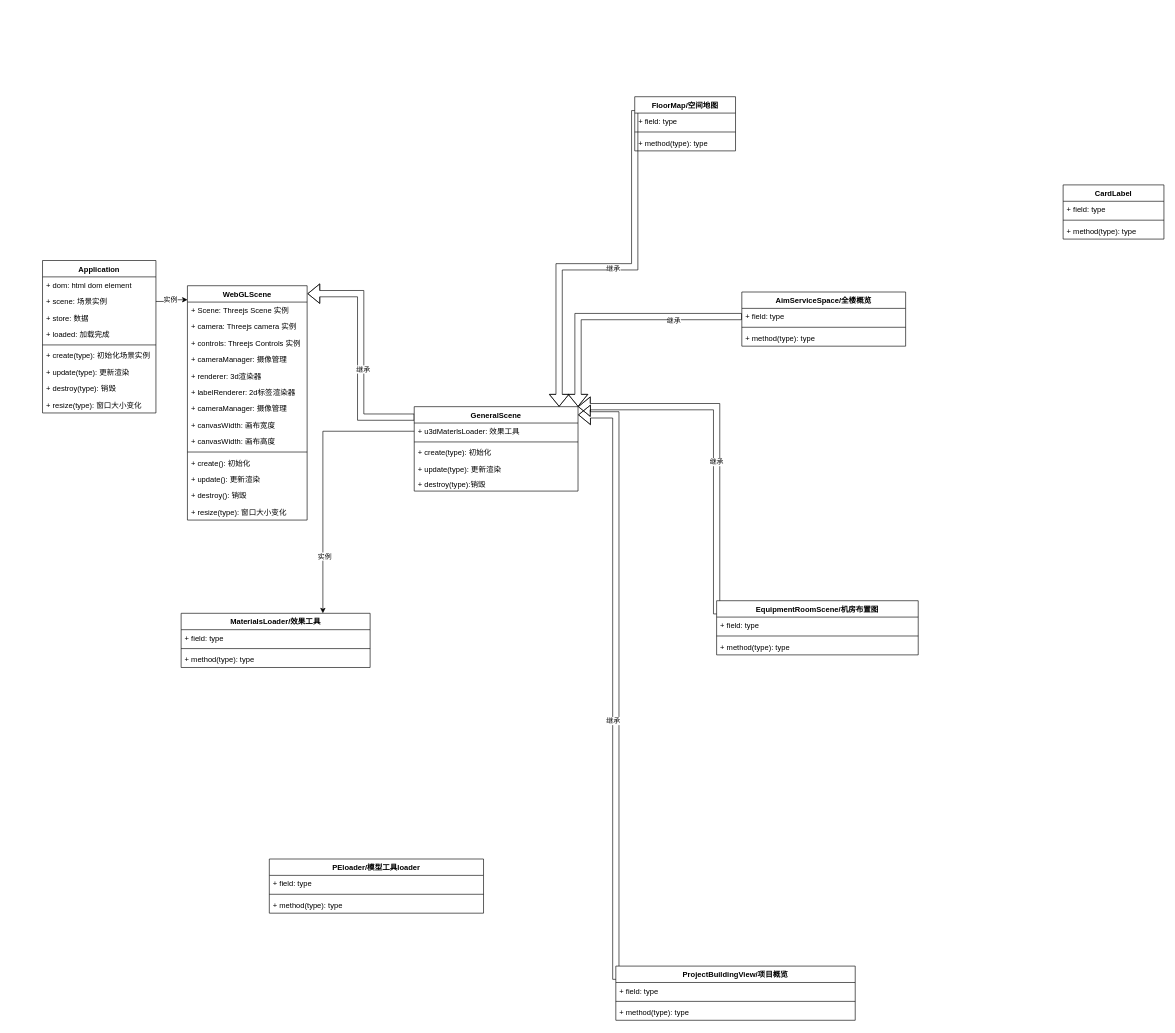
Before: APM3d-Diagram.drawio in hiotk/umldiagrams, a draw.io diagram. Source tidied: cells renumbered, new cells numbered last; positions are measured from the earlier drawing's top-left corner, leaving out a move shared by most shapes. Both pictures are drawn from the tidied source at 63%, with x=0, y=0 at pixel (42, 96).
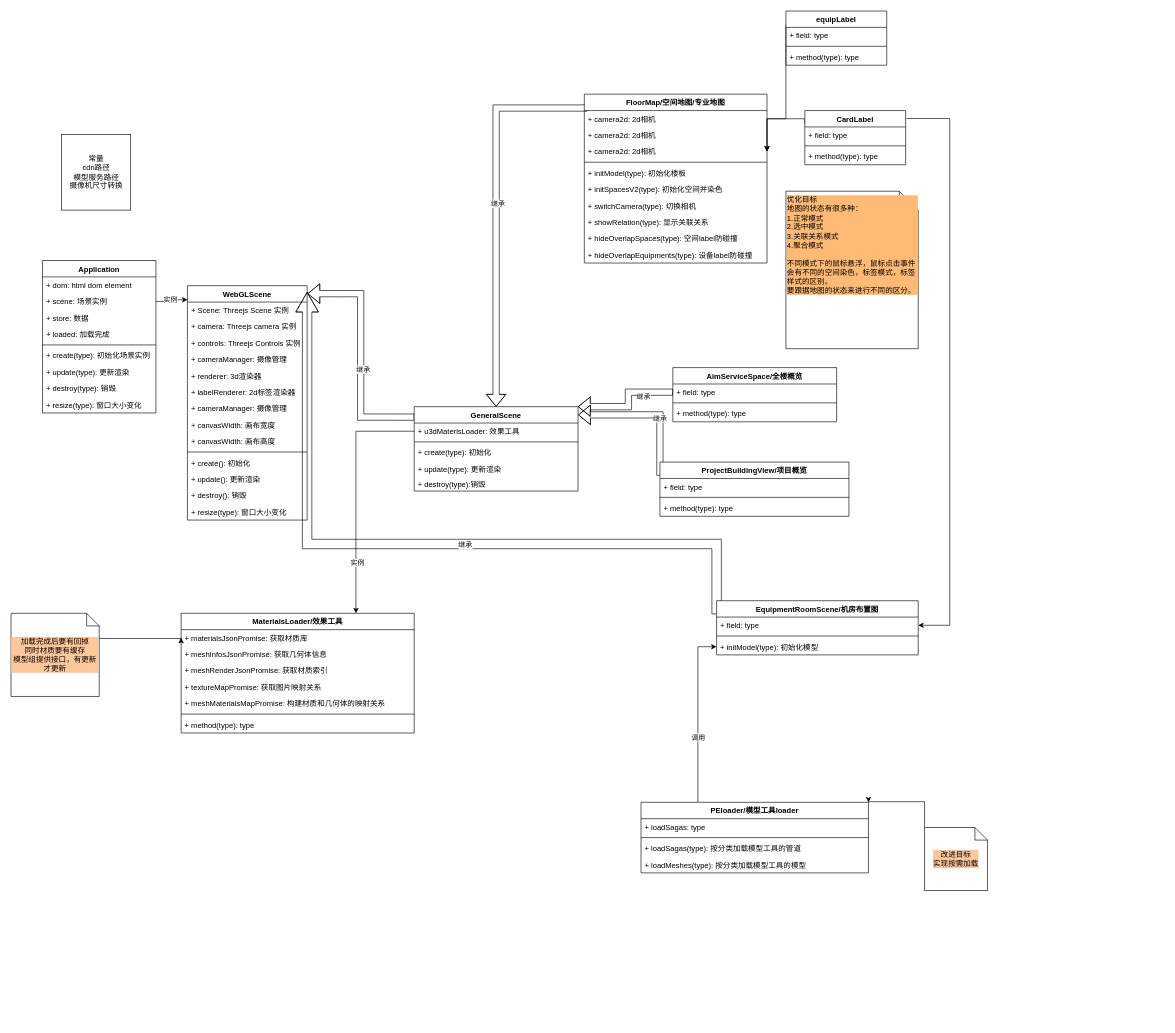
Above is the later version.

The change refers to these unchanged cells:
```xml
<mxCell id="31" value="GeneralScene" style="swimlane;fontStyle=1;align=center;verticalAlign=top;horizontal=1;startSize=26;" parent="1" vertex="1">
  <mxGeometry x="590" y="492" width="260" height="134" as="geometry" />
</mxCell>
<mxCell id="44" value="+ field: type" style="text;strokeColor=none;fillColor=none;align=left;verticalAlign=top;spacingLeft=4;spacingRight=4;overflow=hidden;points=[[0,0.5],[1,0.5]];portConstraint=eastwest;" parent="43" vertex="1">
  <mxGeometry y="26" width="260" height="26" as="geometry" />
</mxCell>
<mxCell id="49" value="EquipmentRoomScene/机房布置图" style="swimlane;fontStyle=1;align=center;verticalAlign=top;horizontal=1;startSize=26;" parent="1" vertex="1">
  <mxGeometry x="1070" y="800" width="320" height="86" as="geometry" />
</mxCell>
<mxCell id="50" value="+ field: type" style="text;strokeColor=none;fillColor=none;align=left;verticalAlign=top;spacingLeft=4;spacingRight=4;overflow=hidden;points=[[0,0.5],[1,0.5]];portConstraint=eastwest;" parent="49" vertex="1">
  <mxGeometry y="26" width="320" height="26" as="geometry" />
</mxCell>
```

What changed in the source:
```diff
@@
-    <mxCell id="37" style="edgeStyle=elbowEdgeStyle;shape=flexArrow;rounded=0;jettySize=auto;elbow=vertical;html=1;exitX=0;exitY=0.25;exitDx=0;exitDy=0;" parent="1" edge="1" source="39" target="31">
+    <mxCell id="37" style="edgeStyle=elbowEdgeStyle;shape=flexArrow;rounded=0;jettySize=auto;elbow=vertical;html=1;exitX=-0.002;exitY=0.061;exitDx=0;exitDy=0;exitPerimeter=0;" parent="1" edge="1" source="39" target="31">
       <mxGeometry relative="1" as="geometry">
         <Array as="points">
+          <mxPoint x="920" y="18" />
+          <mxPoint x="910" y="50" />
           <mxPoint x="820" y="270" />
           <mxPoint x="810" y="390" />
         </Array>
       </mxGeometry>
     </mxCell>
@@
-    <mxCell id="39" value="FloorMap/空间地图" style="swimlane;fontStyle=1;align=center;verticalAlign=top;horizontal=1;startSize=26;" parent="1" vertex="1">
-      <mxGeometry x="940" width="160" height="86" as="geometry" />
+    <mxCell id="39" value="FloorMap/空间地图/专业地图" style="swimlane;fontStyle=1;align=center;verticalAlign=top;horizontal=1;startSize=26;" parent="1" vertex="1">
+      <mxGeometry x="860" y="-4" width="290" height="268" as="geometry" />
     </mxCell>
+    <mxCell id="76" value="+ camera2d: 2d相机" style="text;strokeColor=none;fillColor=none;align=left;verticalAlign=top;spacingLeft=4;spacingRight=4;overflow=hidden;" parent="39" vertex="1">
+      <mxGeometry y="26" width="290" height="26" as="geometry" />
+    </mxCell>
+    <mxCell id="77" value="+ camera2d: 2d相机" style="text;strokeColor=none;fillColor=none;align=left;verticalAlign=top;spacingLeft=4;spacingRight=4;overflow=hidden;" parent="39" vertex="1">
+      <mxGeometry y="52" width="290" height="26" as="geometry" />
+    </mxCell>
-    <mxCell id="40" value="+ field: type" style="text;strokeColor=none;fillColor=none;align=left;verticalAlign=top;spacingLeft=4;spacingRight=4;overflow=hidden;points=[[0,0.5],[1,0.5]];portConstraint=eastwest;" parent="39" vertex="1">
-      <mxGeometry y="26" width="160" height="26" as="geometry" />
+    <mxCell id="40" value="+ camera2d: 2d相机" style="text;strokeColor=none;fillColor=none;align=left;verticalAlign=top;spacingLeft=4;spacingRight=4;overflow=hidden;points=[[0,0.5],[1,0.5]];portConstraint=eastwest;" parent="39" vertex="1">
+      <mxGeometry y="78" width="290" height="26" as="geometry" />
     </mxCell>
     <mxCell id="41" style="line;strokeWidth=1;fillColor=none;align=left;verticalAlign=middle;spacingTop=-1;spacingLeft=3;spacingRight=3;labelPosition=right;" parent="39" vertex="1">
-      <mxGeometry y="52" width="160" height="8" as="geometry" />
+      <mxGeometry y="104" width="290" height="8" as="geometry" />
     </mxCell>
-    <mxCell id="42" value="+ method(type): type" style="text;strokeColor=none;fillColor=none;align=left;verticalAlign=top;spacingLeft=4;spacingRight=4;overflow=hidden;" parent="39" vertex="1">
-      <mxGeometry y="60" width="160" height="26" as="geometry" />
+    <mxCell id="42" value="+ initModel(type): 初始化楼板" style="text;strokeColor=none;fillColor=none;align=left;verticalAlign=top;spacingLeft=4;spacingRight=4;overflow=hidden;" parent="39" vertex="1">
+      <mxGeometry y="112" width="290" height="26" as="geometry" />
     </mxCell>
+    <mxCell id="78" value="+ initSpacesV2(type): 初始化空间并染色" style="text;strokeColor=none;fillColor=none;align=left;verticalAlign=top;spacingLeft=4;spacingRight=4;overflow=hidden;" parent="39" vertex="1">
+      <mxGeometry y="138" width="290" height="26" as="geometry" />
+    </mxCell>
+    <mxCell id="79" value="+ switchCamera(type): 切换相机" style="text;strokeColor=none;fillColor=none;align=left;verticalAlign=top;spacingLeft=4;spacingRight=4;overflow=hidden;" parent="39" vertex="1">
+      <mxGeometry y="164" width="290" height="26" as="geometry" />
+    </mxCell>
+    <mxCell id="80" value="+ showRelation(type): 显示关联关系" style="text;strokeColor=none;fillColor=none;align=left;verticalAlign=top;spacingLeft=4;spacingRight=4;overflow=hidden;" parent="39" vertex="1">
+      <mxGeometry y="190" width="290" height="26" as="geometry" />
+    </mxCell>
+    <mxCell id="81" value="+ hideOverlapSpaces(type): 空间label防碰撞" style="text;strokeColor=none;fillColor=none;align=left;verticalAlign=top;spacingLeft=4;spacingRight=4;overflow=hidden;" parent="39" vertex="1">
+      <mxGeometry y="216" width="290" height="26" as="geometry" />
+    </mxCell>
+    <mxCell id="82" value="+ hideOverlapEquipments(type): 设备label防碰撞" style="text;strokeColor=none;fillColor=none;align=left;verticalAlign=top;spacingLeft=4;spacingRight=4;overflow=hidden;" parent="39" vertex="1">
+      <mxGeometry y="242" width="290" height="26" as="geometry" />
+    </mxCell>
     <mxCell id="43" value="AimServiceSpace/全楼概览" style="swimlane;fontStyle=1;align=center;verticalAlign=top;horizontal=1;startSize=26;" parent="1" vertex="1">
-      <mxGeometry x="1110" y="310" width="260" height="86" as="geometry" />
+      <mxGeometry x="1000.5" y="430" width="260" height="86" as="geometry" />
     </mxCell>
@@
-    <mxCell id="47" style="edgeStyle=elbowEdgeStyle;shape=flexArrow;rounded=0;jettySize=auto;elbow=vertical;html=1;exitX=0;exitY=0.25;exitDx=0;exitDy=0;entryX=1;entryY=0;entryDx=0;entryDy=0;" parent="1" edge="1" source="49" target="31">
+    <mxCell id="47" style="edgeStyle=elbowEdgeStyle;shape=flexArrow;rounded=0;jettySize=auto;elbow=vertical;html=1;exitX=0;exitY=0.25;exitDx=0;exitDy=0;width=15;endSize=10.0875;" parent="1" edge="1" source="49">
       <mxGeometry relative="1" as="geometry">
+        <mxPoint x="420" y="310" as="targetPoint" />
         <Array as="points">
-          <mxPoint x="880" y="492" />
+          <mxPoint x="500" y="710" />
+          <mxPoint x="450" y="320" />
+          <mxPoint x="580" y="690" />
+          <mxPoint x="1030" y="690" />
+          <mxPoint x="980" y="570" />
+          <mxPoint x="950" y="340" />
+          <mxPoint x="670" y="310" />
+          <mxPoint x="790" y="310" />
           <mxPoint x="960" y="492" />
           <mxPoint x="860" y="492" />
           <mxPoint x="830" y="559" />
           <mxPoint x="910" y="820" />
           <mxPoint x="910" y="620" />
           <mxPoint x="970" y="492" />
           <mxPoint x="960" y="492" />
           <mxPoint x="800" y="520" />
           <mxPoint x="780" y="540" />
           <mxPoint x="820" y="840" />
         </Array>
       </mxGeometry>
     </mxCell>
@@
-    <mxCell id="52" value="+ method(type): type" style="text;strokeColor=none;fillColor=none;align=left;verticalAlign=top;spacingLeft=4;spacingRight=4;overflow=hidden;points=[[0,0.5],[1,0.5]];portConstraint=eastwest;" parent="49" vertex="1">
+    <mxCell id="52" value="+ initModel(type): 初始化模型" style="text;strokeColor=none;fillColor=none;align=left;verticalAlign=top;spacingLeft=4;spacingRight=4;overflow=hidden;points=[[0,0.5],[1,0.5]];portConstraint=eastwest;" parent="49" vertex="1">
       <mxGeometry y="60" width="320" height="26" as="geometry" />
     </mxCell>
     <mxCell id="53" style="edgeStyle=elbowEdgeStyle;shape=flexArrow;rounded=0;jettySize=auto;elbow=vertical;html=1;exitX=0;exitY=0.25;exitDx=0;exitDy=0;entryX=1.001;entryY=0.095;entryDx=0;entryDy=0;entryPerimeter=0;" parent="1" edge="1" source="55" target="31">
       <mxGeometry relative="1" as="geometry">
         <Array as="points">
+          <mxPoint x="980" y="505" />
+          <mxPoint x="920" y="505" />
+          <mxPoint x="1030" y="570" />
+          <mxPoint x="770" y="990" />
+          <mxPoint x="720" y="1310" />
           <mxPoint x="880" y="505" />
           <mxPoint x="890" y="500" />
           <mxPoint x="860" y="490" />
           <mxPoint x="780" y="510" />
           <mxPoint x="770" y="510" />
           <mxPoint x="800" y="590" />
           <mxPoint x="790" y="640" />
           <mxPoint x="780" y="1402" />
         </Array>
       </mxGeometry>
     </mxCell>
@@
     <mxCell id="55" value="ProjectBuildingView/项目概览" style="swimlane;fontStyle=1;align=center;verticalAlign=top;horizontal=1;startSize=26;" parent="1" vertex="1">
-      <mxGeometry x="910" y="1380" width="380" height="86" as="geometry" />
+      <mxGeometry x="980" y="580" width="300" height="86" as="geometry" />
     </mxCell>
     <mxCell id="56" value="+ field: type" style="text;strokeColor=none;fillColor=none;align=left;verticalAlign=top;spacingLeft=4;spacingRight=4;overflow=hidden;" parent="55" vertex="1">
-      <mxGeometry y="26" width="380" height="26" as="geometry" />
+      <mxGeometry y="26" width="300" height="26" as="geometry" />
     </mxCell>
     <mxCell id="57" style="line;strokeWidth=1;fillColor=none;align=left;verticalAlign=middle;spacingTop=-1;spacingLeft=3;spacingRight=3;labelPosition=right;" parent="55" vertex="1">
-      <mxGeometry y="52" width="380" height="8" as="geometry" />
+      <mxGeometry y="52" width="300" height="8" as="geometry" />
     </mxCell>
     <mxCell id="58" value="+ method(type): type" style="text;strokeColor=none;fillColor=none;align=left;verticalAlign=top;spacingLeft=4;spacingRight=4;overflow=hidden;" parent="55" vertex="1">
-      <mxGeometry y="60" width="380" height="26" as="geometry" />
+      <mxGeometry y="60" width="300" height="26" as="geometry" />
     </mxCell>
@@
     <mxCell id="60" style="edgeStyle=elbowEdgeStyle;shape=flexArrow;rounded=0;jettySize=auto;elbow=horizontal;html=1;exitX=0;exitY=0.5;exitDx=0;exitDy=0;entryX=1;entryY=0;entryDx=0;entryDy=0;" parent="1" edge="1" source="44" target="31">
       <mxGeometry relative="1" as="geometry">
         <Array as="points">
+          <mxPoint x="930" y="492" />
           <mxPoint x="850" y="500" />
           <mxPoint x="910" y="490" />
           <mxPoint x="780" y="500" />
         </Array>
       </mxGeometry>
     </mxCell>
@@
     <mxCell id="62" value="MaterialsLoader/效果工具" style="swimlane;fontStyle=1;align=center;verticalAlign=top;horizontal=1;startSize=26;" parent="1" vertex="1">
-      <mxGeometry x="220" y="820" width="300" height="86" as="geometry" />
+      <mxGeometry x="220" y="820" width="370" height="190" as="geometry" />
     </mxCell>
-    <mxCell id="63" value="+ field: type" style="text;strokeColor=none;fillColor=none;align=left;verticalAlign=top;spacingLeft=4;spacingRight=4;overflow=hidden;points=[[0,0.5],[1,0.5]];portConstraint=eastwest;" parent="62" vertex="1">
-      <mxGeometry y="26" width="300" height="26" as="geometry" />
+    <mxCell id="63" value="+ materialsJsonPromise: 获取材质库" style="text;strokeColor=none;fillColor=none;align=left;verticalAlign=top;spacingLeft=4;spacingRight=4;overflow=hidden;points=[[0,0.5],[1,0.5]];portConstraint=eastwest;" parent="62" vertex="1">
+      <mxGeometry y="26" width="370" height="26" as="geometry" />
     </mxCell>
+    <mxCell id="83" value="+ meshInfosJsonPromise: 获取几何体信息" style="text;strokeColor=none;fillColor=none;align=left;verticalAlign=top;spacingLeft=4;spacingRight=4;overflow=hidden;" parent="62" vertex="1">
+      <mxGeometry y="52" width="370" height="26" as="geometry" />
+    </mxCell>
+    <mxCell id="84" value="+ meshRenderJsonPromise: 获取材质索引" style="text;strokeColor=none;fillColor=none;align=left;verticalAlign=top;spacingLeft=4;spacingRight=4;overflow=hidden;" parent="62" vertex="1">
+      <mxGeometry y="78" width="370" height="26" as="geometry" />
+    </mxCell>
+    <mxCell id="85" value="+ textureMapPromise: 获取图片映射关系" style="text;strokeColor=none;fillColor=none;align=left;verticalAlign=top;spacingLeft=4;spacingRight=4;overflow=hidden;" parent="62" vertex="1">
+      <mxGeometry y="104" width="370" height="26" as="geometry" />
+    </mxCell>
+    <mxCell id="86" value="+ meshMaterialsMapPromise: 构建材质和几何体的映射关系" style="text;strokeColor=none;fillColor=none;align=left;verticalAlign=top;spacingLeft=4;spacingRight=4;overflow=hidden;" parent="62" vertex="1">
+      <mxGeometry y="130" width="370" height="26" as="geometry" />
+    </mxCell>
     <mxCell id="64" style="line;strokeWidth=1;fillColor=none;align=left;verticalAlign=middle;spacingTop=-1;spacingLeft=3;spacingRight=3;labelPosition=right;" parent="62" vertex="1">
-      <mxGeometry y="52" width="300" height="8" as="geometry" />
+      <mxGeometry y="156" width="370" height="8" as="geometry" />
     </mxCell>
     <mxCell id="65" value="+ method(type): type" style="text;strokeColor=none;fillColor=none;align=left;verticalAlign=top;spacingLeft=4;spacingRight=4;overflow=hidden;" parent="62" vertex="1">
-      <mxGeometry y="60" width="300" height="26" as="geometry" />
+      <mxGeometry y="164" width="370" height="26" as="geometry" />
     </mxCell>
+    <mxCell id="87" style="edgeStyle=elbowEdgeStyle;rounded=0;jettySize=auto;elbow=vertical;html=1;exitX=0.25;exitY=0;exitDx=0;exitDy=0;entryX=0;entryY=0.5;entryDx=0;entryDy=0;" parent="1" edge="1" source="66" target="52">
+      <mxGeometry relative="1" as="geometry">
+        <Array as="points">
+          <mxPoint x="1040" y="873" />
+        </Array>
+      </mxGeometry>
+    </mxCell>
+    <mxCell id="88" value="调用" style="edgeLabel;html=1;align=center;verticalAlign=middle;" parent="87" vertex="1">
+      <mxGeometry x="-0.25" relative="1" as="geometry" />
+    </mxCell>
     <mxCell id="66" value="PEloader/模型工具loader" style="swimlane;fontStyle=1;align=center;verticalAlign=top;horizontal=1;startSize=26;" parent="1" vertex="1">
-      <mxGeometry x="360" y="1210" width="340" height="86" as="geometry" />
+      <mxGeometry x="950" y="1120" width="361" height="112" as="geometry" />
     </mxCell>
-    <mxCell id="67" value="+ field: type" style="text;strokeColor=none;fillColor=none;align=left;verticalAlign=top;spacingLeft=4;spacingRight=4;overflow=hidden;" parent="66" vertex="1">
-      <mxGeometry y="26" width="340" height="26" as="geometry" />
+    <mxCell id="67" value="+ loadSagas: type" style="text;strokeColor=none;fillColor=none;align=left;verticalAlign=top;spacingLeft=4;spacingRight=4;overflow=hidden;" parent="66" vertex="1">
+      <mxGeometry y="26" width="361" height="26" as="geometry" />
     </mxCell>
     <mxCell id="68" style="line;strokeWidth=1;fillColor=none;align=left;verticalAlign=middle;spacingTop=-1;spacingLeft=3;spacingRight=3;labelPosition=right;" parent="66" vertex="1">
-      <mxGeometry y="52" width="340" height="8" as="geometry" />
+      <mxGeometry y="52" width="361" height="8" as="geometry" />
     </mxCell>
-    <mxCell id="69" value="+ method(type): type" style="text;strokeColor=none;fillColor=none;align=left;verticalAlign=top;spacingLeft=4;spacingRight=4;overflow=hidden;" parent="66" vertex="1">
-      <mxGeometry y="60" width="340" height="26" as="geometry" />
+    <mxCell id="69" value="+ loadSagas(type): 按分类加载模型工具的管道" style="text;strokeColor=none;fillColor=none;align=left;verticalAlign=top;spacingLeft=4;spacingRight=4;overflow=hidden;" parent="66" vertex="1">
+      <mxGeometry y="60" width="361" height="26" as="geometry" />
     </mxCell>
+    <mxCell id="89" value="+ loadMeshes(type): 按分类加载模型工具的模型" style="text;strokeColor=none;fillColor=none;align=left;verticalAlign=top;spacingLeft=4;spacingRight=4;overflow=hidden;" parent="66" vertex="1">
+      <mxGeometry y="86" width="361" height="26" as="geometry" />
+    </mxCell>
+    <mxCell id="90" style="edgeStyle=elbowEdgeStyle;rounded=0;jettySize=auto;elbow=vertical;html=1;exitX=0;exitY=0.25;exitDx=0;exitDy=0;entryX=1;entryY=0.5;entryDx=0;entryDy=0;" parent="1" edge="1" source="70" target="40">
+      <mxGeometry relative="1" as="geometry">
+        <Array as="points">
+          <mxPoint x="1170" y="35" />
+          <mxPoint x="1210" y="39" />
+        </Array>
+      </mxGeometry>
+    </mxCell>
     <mxCell id="70" value="CardLabel" style="swimlane;fontStyle=1;align=center;verticalAlign=top;horizontal=1;startSize=26;" parent="1" vertex="1">
-      <mxGeometry x="1620" y="140" width="160" height="86" as="geometry" />
+      <mxGeometry x="1210" y="22" width="160" height="86" as="geometry" />
     </mxCell>
@@
+    <mxCell id="91" value="常量&lt;br&gt;cdn路径&lt;br&gt;模型服务路径&lt;br&gt;摄像机尺寸转换&lt;br&gt;" style="html=1;" parent="1" vertex="1">
+      <mxGeometry x="30" y="60" width="110" height="120" as="geometry" />
+    </mxCell>
+    <mxCell id="92" style="edgeStyle=elbowEdgeStyle;rounded=0;jettySize=auto;elbow=vertical;html=1;exitX=0;exitY=0;exitDx=100;exitDy=60;exitPerimeter=0;entryX=0;entryY=0.5;entryDx=0;entryDy=0;" parent="1" edge="1" source="93" target="63">
+      <mxGeometry relative="1" as="geometry">
+        <Array as="points">
+          <mxPoint x="170" y="860" />
+        </Array>
+      </mxGeometry>
+    </mxCell>
+    <mxCell id="93" value="加载完成后要有回掉&lt;br&gt;同时材质要有缓存&lt;br&gt;模型组提供接口，有更新才更新" style="shape=note;size=20;whiteSpace=wrap;html=1;labelBackgroundColor=#FFC79C;" parent="1" vertex="1">
+      <mxGeometry x="-50" y="820" width="140" height="132" as="geometry" />
+    </mxCell>
+    <mxCell id="94" style="edgeStyle=elbowEdgeStyle;rounded=0;jettySize=auto;elbow=vertical;html=1;exitX=0;exitY=0;exitDx=0;exitDy=0;exitPerimeter=0;entryX=1;entryY=0;entryDx=0;entryDy=0;" parent="1" edge="1" source="95" target="66">
+      <mxGeometry relative="1" as="geometry">
+        <Array as="points">
+          <mxPoint x="1370" y="1119" />
+        </Array>
+      </mxGeometry>
+    </mxCell>
+    <mxCell id="95" value="改进目标&lt;br&gt;实现按需加载&lt;br&gt;" style="shape=note;size=20;whiteSpace=wrap;html=1;labelBackgroundColor=#FFC79C;" parent="1" vertex="1">
+      <mxGeometry x="1400" y="1160" width="100" height="100" as="geometry" />
+    </mxCell>
+    <mxCell id="96" style="edgeStyle=elbowEdgeStyle;rounded=0;jettySize=auto;elbow=vertical;html=1;exitX=0;exitY=0.25;exitDx=0;exitDy=0;entryX=1;entryY=0.5;entryDx=0;entryDy=0;" parent="1" edge="1" source="97" target="40">
+      <mxGeometry relative="1" as="geometry">
+        <Array as="points">
+          <mxPoint x="1210" y="35" />
+          <mxPoint x="1160" y="30" />
+          <mxPoint x="1160" y="10" />
+          <mxPoint x="1140" y="39" />
+          <mxPoint x="1130" y="100" />
+          <mxPoint x="1150" y="180" />
+          <mxPoint x="1350" y="292" />
+          <mxPoint x="1470" y="40" />
+          <mxPoint x="1280" y="40" />
+        </Array>
+      </mxGeometry>
+    </mxCell>
+    <mxCell id="97" value="equipLabel" style="swimlane;fontStyle=1;align=center;verticalAlign=top;horizontal=1;startSize=26;" parent="1" vertex="1">
+      <mxGeometry x="1180" y="-136" width="160" height="86" as="geometry" />
+    </mxCell>
+    <mxCell id="98" value="+ field: type" style="text;strokeColor=none;fillColor=none;align=left;verticalAlign=top;spacingLeft=4;spacingRight=4;overflow=hidden;" parent="97" vertex="1">
+      <mxGeometry y="26" width="160" height="26" as="geometry" />
+    </mxCell>
+    <mxCell id="99" style="line;strokeWidth=1;fillColor=none;align=left;verticalAlign=middle;spacingTop=-1;spacingLeft=3;spacingRight=3;labelPosition=right;" parent="97" vertex="1">
+      <mxGeometry y="52" width="160" height="8" as="geometry" />
+    </mxCell>
+    <mxCell id="100" value="+ method(type): type" style="text;strokeColor=none;fillColor=none;align=left;verticalAlign=top;spacingLeft=4;spacingRight=4;overflow=hidden;" parent="97" vertex="1">
+      <mxGeometry y="60" width="160" height="26" as="geometry" />
+    </mxCell>
+    <mxCell id="101" style="edgeStyle=elbowEdgeStyle;rounded=0;jettySize=auto;elbow=vertical;html=1;exitX=1.011;exitY=0.147;exitDx=0;exitDy=0;entryX=1;entryY=0.5;entryDx=0;entryDy=0;exitPerimeter=0;" parent="1" edge="1" source="70" target="50">
+      <mxGeometry relative="1" as="geometry">
+        <Array as="points">
+          <mxPoint x="1440" y="280" />
+        </Array>
+      </mxGeometry>
+    </mxCell>
+    <mxCell id="102" value="优化目标&lt;br&gt;地图的状态有很多种：&lt;br&gt;1.正常模式&lt;br&gt;2.选中模式&lt;br&gt;3.关联关系模式&lt;br&gt;4.聚合模式&lt;br&gt;&lt;br&gt;不同模式下的鼠标悬浮，鼠标点击事件会有不同的空间染色，标签模式，标签样式的区别。&lt;br&gt;要跟据地图的状态来进行不同的区分。" style="shape=note;whiteSpace=wrap;html=1;backgroundOutline=1;darkOpacity=0.05;align=left;horizontal=1;verticalAlign=top;labelBackgroundColor=#FFBA75;" parent="1" vertex="1">
+      <mxGeometry x="1180" y="150" width="210" height="250" as="geometry" />
+    </mxCell>
```
